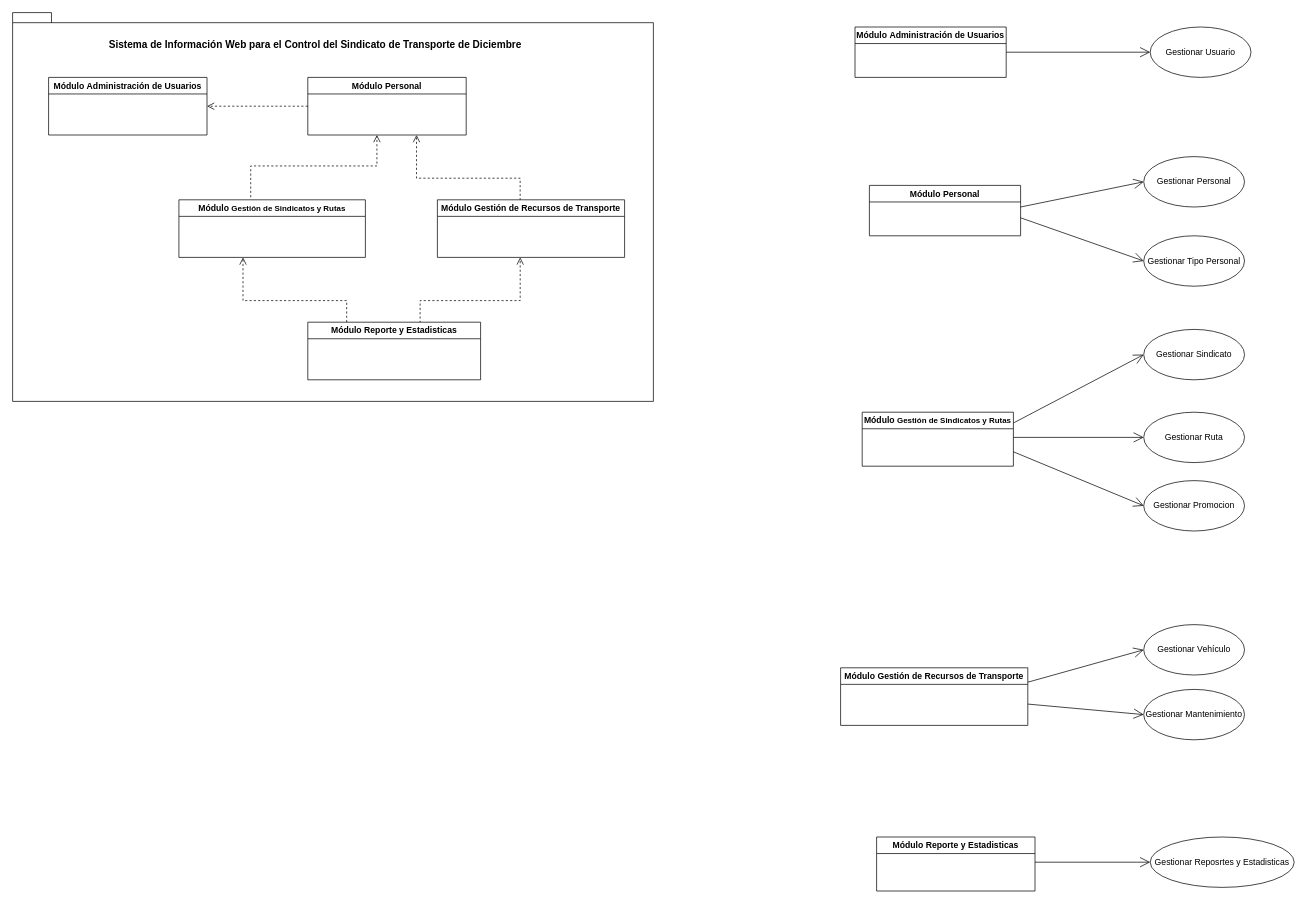
Earlier version of the draw.io diagram page "paquetes y subsistemas" (2 of 10) of DIAGRAMA UML/sindicato2023.drawio (PANDITHAjr/WEB-TRANSPORTE-2022-2). Source tidied: cells renumbered, new cells numbered last; positions are measured from the earlier drawing's top-left corner, leaving out a move shared by most shapes. Both pictures are drawn from the tidied source at 72%, with x=0, y=0 at pixel (12, 12).
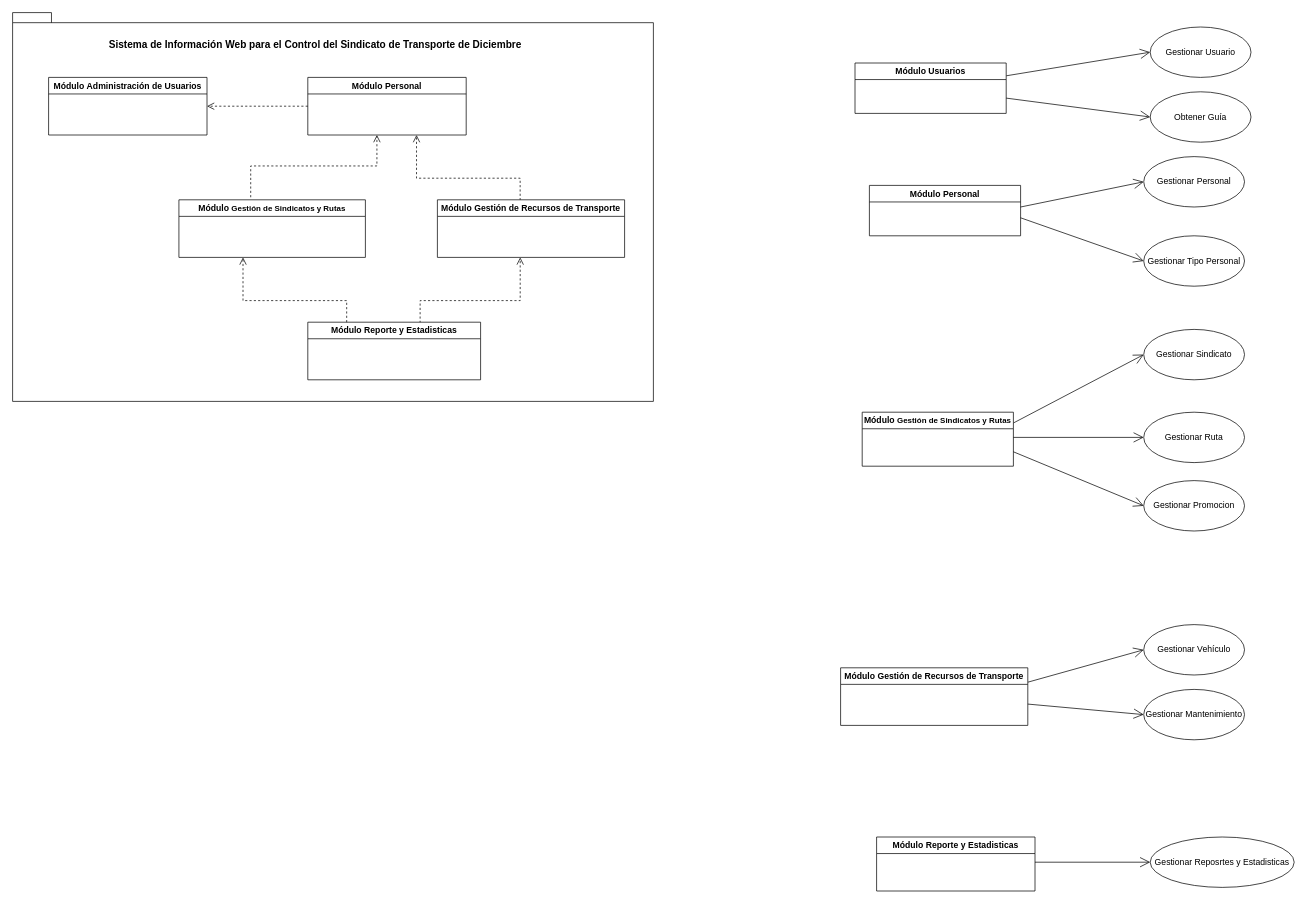
The same page after the edit.

The change refers to these unchanged cells:
```xml
<mxCell id="8" value="Gestionar Usuario" style="ellipse;whiteSpace=wrap;html=1;" parent="1" vertex="1">
  <mxGeometry x="1580" y="20" width="140" height="70" as="geometry" />
</mxCell>
```

Change to the diagram source:
```diff
@@
-    <mxCell id="17" style="endArrow=open;endFill=1;endSize=12;html=1;rounded=0;exitX=1;exitY=0.5;exitDx=0;exitDy=0;entryX=0;entryY=0.5;entryDx=0;entryDy=0;" parent="1" edge="1" target="8">
-      <mxGeometry relative="1" as="geometry">
-        <mxPoint x="1380" y="55" as="sourcePoint" />
-      </mxGeometry>
+    <mxCell id="17" style="endArrow=open;endFill=1;endSize=12;html=1;rounded=0;entryX=0;entryY=0.5;entryDx=0;entryDy=0;" parent="1" edge="1" source="32" target="8">
+      <mxGeometry relative="1" as="geometry" />
     </mxCell>
@@
-    <mxCell id="32" value="&lt;b style=&quot;border-color: var(--border-color); font-size: 12px;&quot;&gt;&lt;b style=&quot;border-color: var(--border-color);&quot;&gt;Módulo&amp;nbsp;&lt;/b&gt;Administración de Usuarios&lt;/b&gt;" style="swimlane;whiteSpace=wrap;html=1;fontFamily=Helvetica;fontSize=11;fontColor=default;rounded=0;" parent="1" vertex="1">
-      <mxGeometry x="1170" y="20" width="210" height="70" as="geometry" />
+    <mxCell id="32" value="&lt;b style=&quot;border-color: var(--border-color); font-size: 12px;&quot;&gt;&lt;b style=&quot;border-color: var(--border-color);&quot;&gt;Módulo&lt;/b&gt;&amp;nbsp;Usuarios&lt;/b&gt;" style="swimlane;whiteSpace=wrap;html=1;fontFamily=Helvetica;fontSize=11;fontColor=default;rounded=0;" parent="1" vertex="1">
+      <mxGeometry x="1170" y="70" width="210" height="70" as="geometry" />
     </mxCell>
@@
+    <mxCell id="37" value="Obtener Guía" style="ellipse;whiteSpace=wrap;html=1;" parent="1" vertex="1">
+      <mxGeometry x="1580" y="110" width="140" height="70" as="geometry" />
+    </mxCell>
+    <mxCell id="38" style="endArrow=open;endFill=1;endSize=12;html=1;rounded=0;entryX=0;entryY=0.5;entryDx=0;entryDy=0;" parent="1" edge="1" source="32" target="37">
+      <mxGeometry relative="1" as="geometry" />
+    </mxCell>
```
